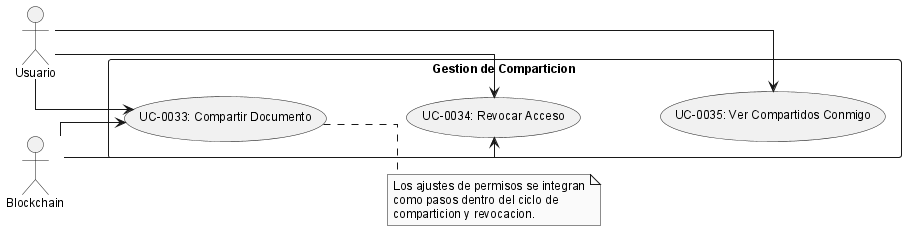
ErDeivih/DocumentChain keeps this PlantUML diagram as anexos/diagramas/uc_comparticion.png. Above is the earlier version.
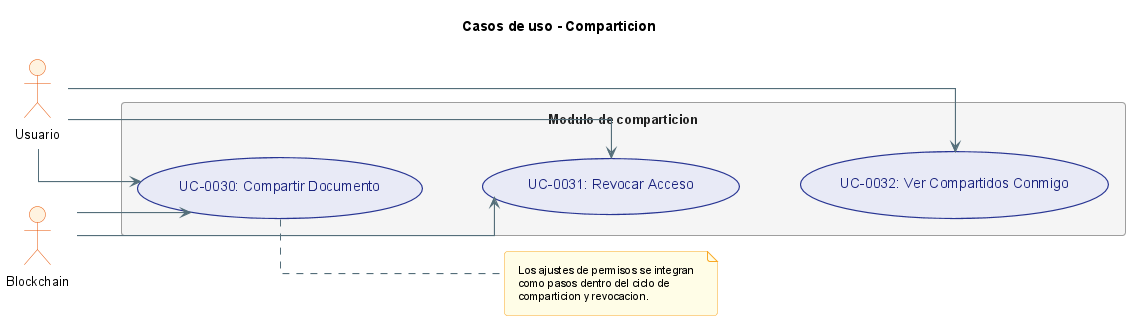
Above is the later version.

Diff of the diagram source:
```diff
@@ -1,27 +1,28 @@
 @startuml
 !include _structure-style.puml
 left to right direction
+title Casos de uso - Comparticion
 
 actor "Usuario" as USER
 actor "Blockchain" as SC
 
-rectangle "Gestion de Comparticion" {
-  usecase "UC-0033: Compartir Documento" as UC37
-  usecase "UC-0034: Revocar Acceso" as UC39
-  usecase "UC-0035: Ver Compartidos Conmigo" as UC40
+rectangle "Modulo de comparticion" {
+  usecase "UC-0030: Compartir Documento" as UC30
+  usecase "UC-0031: Revocar Acceso" as UC31
+  usecase "UC-0032: Ver Compartidos Conmigo" as UC32
 }
 
-UC37 -[hidden]down-> UC39
-UC39 -[hidden]down-> UC40
+UC30 -[hidden]down-> UC31
+UC31 -[hidden]down-> UC32
 
-USER --> UC37
-USER --> UC39
-USER --> UC40
+USER --> UC30
+USER --> UC31
+USER --> UC32
 
-SC --> UC37
-SC --> UC39
+SC --> UC30
+SC --> UC31
 
-note right of UC37
+note right of UC30
   Los ajustes de permisos se integran
   como pasos dentro del ciclo de
   comparticion y revocacion.
```
